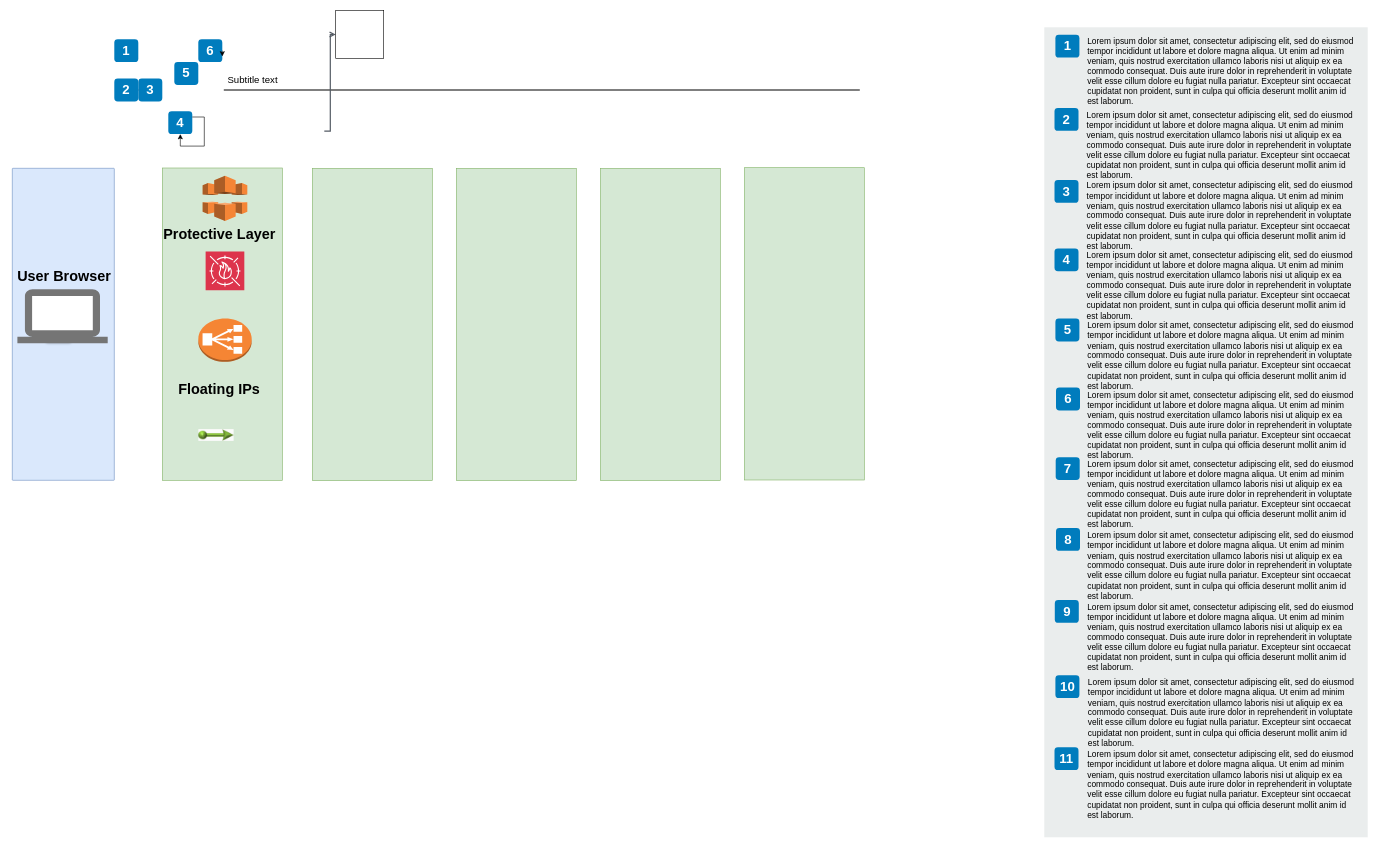
Above: Untitled Diagram.drawio in CB122023/First (draw.io), before the change. Source tidied: cells renumbered, new cells numbered last; positions are measured from the earlier drawing's top-left corner, leaving out a move shared by most shapes. Both pictures are drawn from the tidied source at 60%, with x=0, y=0 at pixel (12, 10).
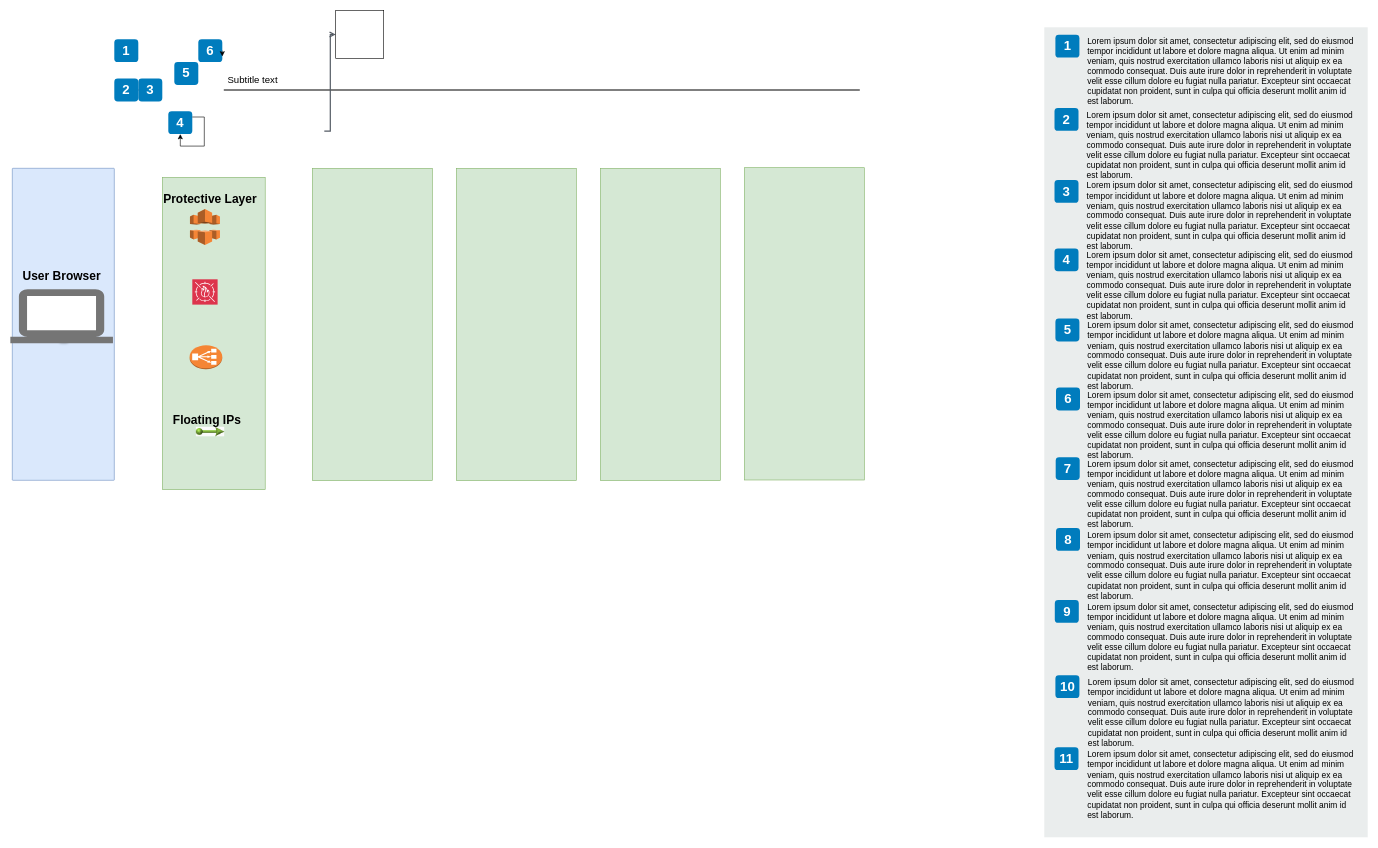
The same diagram, later.

Change to the diagram source:
```diff
@@
     <mxCell id="37" style="strokeColor=#dddddd;fillColor=#ffffff;shadow=1;strokeWidth=1;rounded=1;absoluteArcSize=1;arcSize=2;labelPosition=center;verticalLabelPosition=middle;align=center;verticalAlign=bottom;spacingLeft=0;fontColor=#999999;fontSize=12;whiteSpace=wrap;spacingBottom=2;html=1;" parent="1" vertex="1">
-      <mxGeometry x="55" y="466.2" width="40" height="85.2" as="geometry" />
+      <mxGeometry x="77.5" y="466.2" width="12.5" height="85.2" as="geometry" />
     </mxCell>
     <mxCell id="38" style="dashed=0;html=1;fillColor=#757575;strokeColor=none;shape=mxgraph.gcp2.laptop;" parent="37" vertex="1">
-      <mxGeometry x="0.5" width="150.5" height="90" relative="1" as="geometry">
-        <mxPoint x="-66.5" y="-1.5" as="offset" />
+      <mxGeometry x="0.5" width="171" height="90" relative="1" as="geometry">
+        <mxPoint x="-87" y="-1.5" as="offset" />
       </mxGeometry>
     </mxCell>
@@
     <mxCell id="42" style="rounded=0;whiteSpace=wrap;html=1;fillColor=#d5e8d4;strokeColor=#82b366;" parent="1" vertex="1">
-      <mxGeometry x="250" y="262.5" width="200" height="520.5" as="geometry" />
+      <mxGeometry x="250" y="278" width="171.5" height="520.5" as="geometry" />
     </mxCell>
     <mxCell id="43" style="dashed=0;verticalLabelPosition=bottom;verticalAlign=top;align=center;html=1;shape=mxgraph.aws3.cloudfront;fillColor=#F58536;gradientColor=none;" parent="1" vertex="1">
-      <mxGeometry x="317.2" y="275.5" width="74.5" height="75.5" as="geometry" />
+      <mxGeometry x="296.1" y="331" width="50" height="60" as="geometry" />
     </mxCell>
     <mxCell id="44" style="sketch=0;fontColor=#232F3E;fillColor=#DD344C;strokeColor=#ffffff;dashed=0;verticalLabelPosition=bottom;verticalAlign=top;align=center;html=1;fontSize=12;fontStyle=0;shape=mxgraph.aws4.resourceIcon;resIcon=mxgraph.aws4.waf;" parent="1" vertex="1">
-      <mxGeometry x="322.2" y="401.8" width="64.5" height="64.5" as="geometry" />
+      <mxGeometry x="300" y="448" width="42.2" height="42.2" as="geometry" />
     </mxCell>
     <mxCell id="45" style="dashed=0;verticalLabelPosition=bottom;verticalAlign=top;align=center;html=1;shape=mxgraph.aws3.classic_load_balancer;fillColor=#F58534;gradientColor=none;" parent="1" vertex="1">
-      <mxGeometry x="310" y="513.5" width="89" height="72" as="geometry" />
+      <mxGeometry x="295.5" y="558" width="54.5" height="40" as="geometry" />
     </mxCell>
-    <mxCell id="46" value="&lt;font style=&quot;font-size: 24px;&quot;&gt;Protective Layer&lt;/font&gt;" style="text;html=1;align=left;verticalAlign=top;spacingTop=-4;fontSize=30;fontStyle=1;" parent="1" vertex="1">
-      <mxGeometry x="249.5" y="351" width="210" height="40" as="geometry" />
+    <mxCell id="46" value="&lt;font style=&quot;font-size: 20px;&quot;&gt;Protective Layer&lt;/font&gt;" style="text;html=1;align=left;verticalAlign=top;spacingTop=-4;fontSize=30;fontStyle=1;" parent="1" vertex="1">
+      <mxGeometry x="250" y="291" width="180" height="40" as="geometry" />
     </mxCell>
     <mxCell id="47" style="image;perimeter=ellipsePerimeter;html=1;align=center;shadow=0;dashed=0;fontColor=#4277BB;labelBackgroundColor=default;fontSize=12;spacingTop=3;image=img/lib/ibm/vpc/FloatingIP.svg;" parent="1" vertex="1">
-      <mxGeometry x="310" y="678" width="60" height="60" as="geometry" />
+      <mxGeometry x="305.8" y="678" width="48.5" height="48.5" as="geometry" />
     </mxCell>
-    <mxCell id="48" value="&lt;font style=&quot;font-size: 24px;&quot;&gt;Floating IPs&lt;/font&gt;" style="text;html=1;align=left;verticalAlign=top;spacingTop=-4;fontSize=30;fontStyle=1;" parent="1" vertex="1">
-      <mxGeometry x="274.5" y="608" width="160" height="40" as="geometry" />
+    <mxCell id="48" value="&lt;font style=&quot;font-size: 20px;&quot;&gt;Floating IPs&lt;/font&gt;" style="text;html=1;align=left;verticalAlign=top;spacingTop=-4;fontSize=30;fontStyle=1;" parent="1" vertex="1">
+      <mxGeometry x="265.8" y="658" width="140" height="40" as="geometry" />
     </mxCell>
-    <mxCell id="49" value="&lt;font style=&quot;font-size: 24px;&quot;&gt;&amp;nbsp;User Browser&lt;/font&gt;" style="text;html=1;align=left;verticalAlign=top;spacingTop=-4;fontSize=30;fontStyle=1;" parent="1" vertex="1">
-      <mxGeometry y="420.2" width="190" height="40" as="geometry" />
+    <mxCell id="49" value="&lt;font style=&quot;font-size: 20px;&quot;&gt;&amp;nbsp;User Browser&lt;/font&gt;" style="text;html=1;align=left;verticalAlign=top;spacingTop=-4;fontSize=30;fontStyle=1;" parent="1" vertex="1">
+      <mxGeometry x="10" y="418" width="160" height="40" as="geometry" />
     </mxCell>
```
